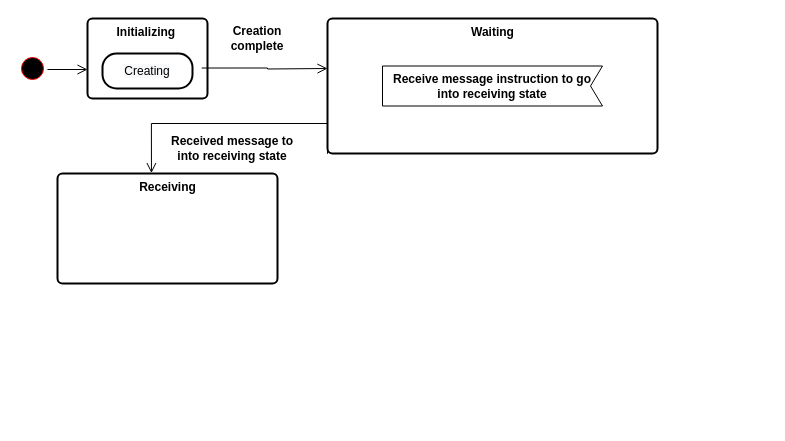
Before: PSO-Particle-Sate-Diagram.drawio in vanelopethecoder/som-basic, a draw.io diagram. Source tidied: cells renumbered, new cells numbered last; positions are measured from the earlier drawing's top-left corner, leaving out a move shared by most shapes. Both pictures are drawn from the tidied source at 100%, with x=0, y=0 at pixel (17, 18).
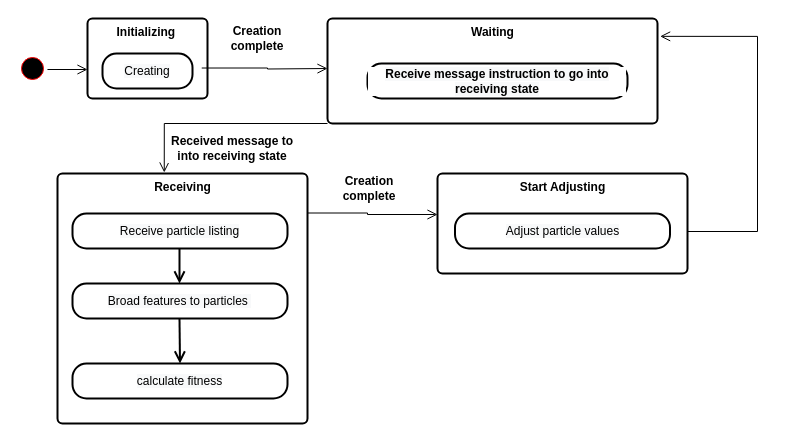
The same diagram, later.

Diff of the diagram source:
```diff
@@
     <mxCell id="3" value="&lt;b&gt;Waiting&lt;/b&gt;" style="html=1;align=center;verticalAlign=top;rounded=1;absoluteArcSize=1;arcSize=10;dashed=0;labelBackgroundColor=default;fontColor=#000000;strokeColor=#000000;fillColor=#FFFFFF;strokeWidth=2;" parent="1" vertex="1">
-      <mxGeometry x="310" width="330" height="135" as="geometry" />
+      <mxGeometry x="310" width="330" height="105" as="geometry" />
     </mxCell>
@@
     <mxCell id="9" value="&lt;b&gt;Receiving&lt;/b&gt;" style="html=1;align=center;verticalAlign=top;rounded=1;absoluteArcSize=1;arcSize=10;dashed=0;labelBackgroundColor=default;fontColor=#000000;strokeColor=#000000;fillColor=#FFFFFF;strokeWidth=2;" parent="1" vertex="1">
-      <mxGeometry x="40" y="155" width="220" height="110" as="geometry" />
+      <mxGeometry x="40" y="155" width="250" height="250" as="geometry" />
     </mxCell>
-    <mxCell id="10" value="Receive message instruction to go into receiving state" style="shape=mxgraph.sysml.accEvent;flipH=1;whiteSpace=wrap;align=center;fontStyle=1;" parent="1" vertex="1">
-      <mxGeometry x="365" y="47.5" width="220" height="40" as="geometry" />
-    </mxCell>
     <mxCell id="11" style="edgeStyle=orthogonalEdgeStyle;html=1;verticalAlign=bottom;endArrow=open;endSize=8;strokeColor=#000000;rounded=0;entryX=0.427;entryY=-0.004;entryDx=0;entryDy=0;entryPerimeter=0;" parent="1" edge="1" target="9">
       <mxGeometry relative="1" as="geometry">
         <mxPoint x="310" y="105" as="sourcePoint" />
         <Array as="points">
-          <mxPoint x="310" y="135" />
           <mxPoint x="310" y="105" />
-          <mxPoint x="134" y="105" />
+          <mxPoint x="147" y="105" />
         </Array>
       </mxGeometry>
     </mxCell>
@@
+    <mxCell id="13" value="&lt;span style=&quot;background-color: rgb(248 , 249 , 250)&quot;&gt;Broad features to particles&amp;nbsp;&lt;/span&gt;" style="rounded=1;whiteSpace=wrap;html=1;arcSize=40;fontColor=#000000;fillColor=#FFFFFF;strokeColor=#000000;labelBackgroundColor=default;strokeWidth=2;" parent="1" vertex="1">
+      <mxGeometry x="55" y="265" width="215" height="35" as="geometry" />
+    </mxCell>
+    <mxCell id="10" value="&lt;span style=&quot;font-weight: 700 ; background-color: rgb(248 , 249 , 250)&quot;&gt;Receive message instruction to go into receiving state&lt;/span&gt;" style="rounded=1;whiteSpace=wrap;html=1;arcSize=40;fontColor=#000000;fillColor=#FFFFFF;strokeColor=#000000;labelBackgroundColor=default;strokeWidth=2;" parent="1" vertex="1">
+      <mxGeometry x="350" y="45" width="260" height="35" as="geometry" />
+    </mxCell>
+    <mxCell id="14" value="&lt;span style=&quot;background-color: rgb(248 , 249 , 250)&quot;&gt;Receive particle listing&lt;/span&gt;" style="rounded=1;whiteSpace=wrap;html=1;arcSize=40;fontColor=#000000;fillColor=#FFFFFF;strokeColor=#000000;labelBackgroundColor=default;strokeWidth=2;" parent="1" vertex="1">
+      <mxGeometry x="55" y="195" width="215" height="35" as="geometry" />
+    </mxCell>
+    <mxCell id="15" value="&lt;span style=&quot;background-color: rgb(248 , 249 , 250)&quot;&gt;calculate fitness&lt;/span&gt;" style="rounded=1;whiteSpace=wrap;html=1;arcSize=40;fontColor=#000000;fillColor=#FFFFFF;strokeColor=#000000;labelBackgroundColor=default;strokeWidth=2;" parent="1" vertex="1">
+      <mxGeometry x="55" y="345" width="215" height="35" as="geometry" />
+    </mxCell>
+    <mxCell id="16" value="&lt;b&gt;Start Adjusting&lt;/b&gt;" style="html=1;align=center;verticalAlign=top;rounded=1;absoluteArcSize=1;arcSize=10;dashed=0;labelBackgroundColor=default;fontColor=#000000;strokeColor=#000000;fillColor=#FFFFFF;strokeWidth=2;" parent="1" vertex="1">
+      <mxGeometry x="420" y="155" width="250" height="100" as="geometry" />
+    </mxCell>
+    <mxCell id="17" style="edgeStyle=orthogonalEdgeStyle;html=1;verticalAlign=bottom;endArrow=open;endSize=8;strokeColor=#000000;rounded=0;exitX=0.952;exitY=0.619;exitDx=0;exitDy=0;exitPerimeter=0;" parent="1" edge="1">
+      <mxGeometry relative="1" as="geometry">
+        <mxPoint x="290" y="194.5" as="sourcePoint" />
+        <mxPoint x="420" y="196" as="targetPoint" />
+        <Array as="points">
+          <mxPoint x="350" y="195" />
+          <mxPoint x="350" y="196" />
+          <mxPoint x="417" y="196" />
+        </Array>
+      </mxGeometry>
+    </mxCell>
+    <mxCell id="18" style="edgeStyle=orthogonalEdgeStyle;html=1;verticalAlign=bottom;endArrow=open;endSize=8;strokeColor=#000000;rounded=0;strokeWidth=2;" parent="1" edge="1">
+      <mxGeometry relative="1" as="geometry">
+        <mxPoint x="162" y="230" as="sourcePoint" />
+        <mxPoint x="162" y="265" as="targetPoint" />
+      </mxGeometry>
+    </mxCell>
+    <mxCell id="19" style="edgeStyle=orthogonalEdgeStyle;html=1;verticalAlign=bottom;endArrow=open;endSize=8;strokeColor=#000000;rounded=0;strokeWidth=2;entryX=0.5;entryY=0;entryDx=0;entryDy=0;" parent="1" edge="1" target="15">
+      <mxGeometry relative="1" as="geometry">
+        <mxPoint x="162" y="300" as="sourcePoint" />
+      </mxGeometry>
+    </mxCell>
+    <mxCell id="20" value="&lt;b&gt;Creation complete&lt;/b&gt;" style="text;html=1;strokeColor=none;fillColor=none;align=center;verticalAlign=middle;whiteSpace=wrap;rounded=0;labelBackgroundColor=default;fontColor=#000000;" parent="1" vertex="1">
+      <mxGeometry x="314" y="155" width="76" height="30" as="geometry" />
+    </mxCell>
+    <mxCell id="21" value="&lt;span style=&quot;background-color: rgb(248 , 249 , 250)&quot;&gt;Adjust particle values&lt;/span&gt;" style="rounded=1;whiteSpace=wrap;html=1;arcSize=40;fontColor=#000000;fillColor=#FFFFFF;strokeColor=#000000;labelBackgroundColor=default;strokeWidth=2;" parent="1" vertex="1">
+      <mxGeometry x="437.5" y="195" width="215" height="35" as="geometry" />
+    </mxCell>
+    <mxCell id="22" style="edgeStyle=orthogonalEdgeStyle;html=1;verticalAlign=bottom;endArrow=open;endSize=8;strokeColor=#000000;rounded=0;exitX=0.952;exitY=0.619;exitDx=0;exitDy=0;exitPerimeter=0;entryX=1.008;entryY=0.17;entryDx=0;entryDy=0;entryPerimeter=0;" parent="1" edge="1" target="3">
+      <mxGeometry relative="1" as="geometry">
+        <mxPoint x="670" y="211.8" as="sourcePoint" />
+        <Array as="points">
+          <mxPoint x="670" y="213" />
+          <mxPoint x="740" y="213" />
+          <mxPoint x="740" y="18" />
+        </Array>
+      </mxGeometry>
+    </mxCell>
```
